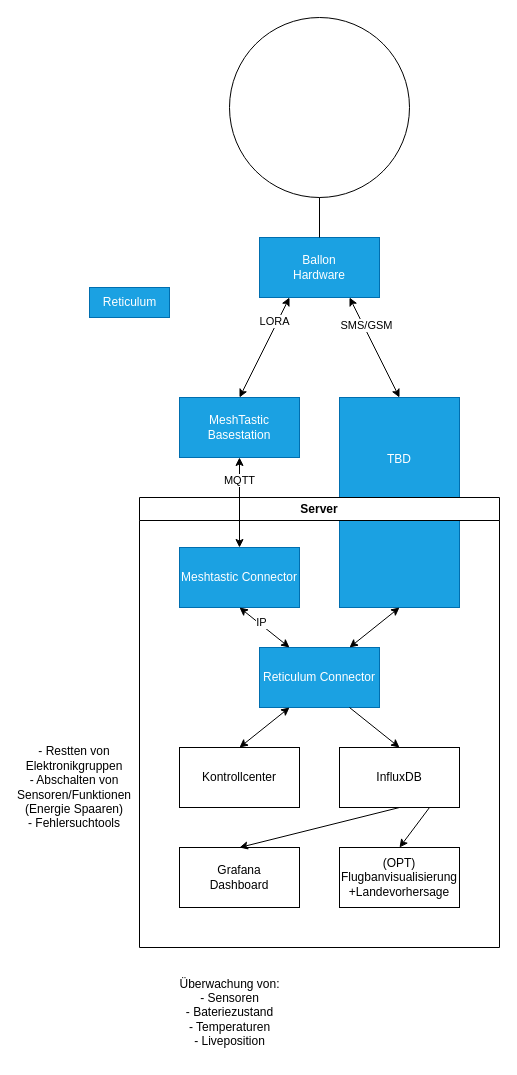
TheEinfachFelix/Space_Balloon keeps this draw.io diagram as DataFlow.drawio. Above is the earlier version. Source tidied: cells renumbered, new cells numbered last; positions are measured from the earlier drawing's top-left corner, leaving out a move shared by most shapes. Both pictures are drawn from the tidied source at 100%, with x=0, y=0 at pixel (19, 17).
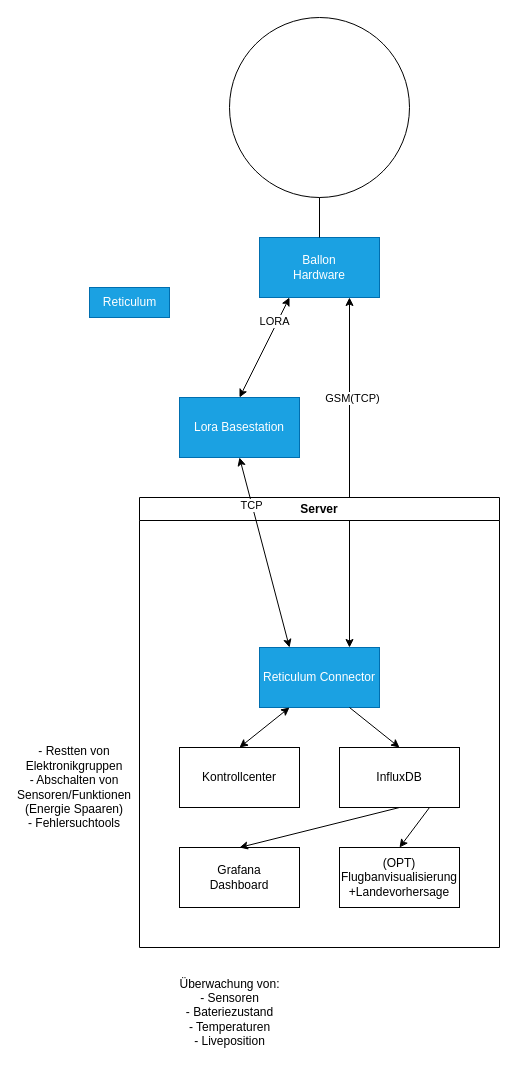
The same diagram, later.

Unchanged cells that the change refers to:
```xml
<mxCell id="2" value="Ballon&lt;div&gt;Hardware&lt;/div&gt;" style="rounded=0;whiteSpace=wrap;html=1;fillColor=#1ba1e2;fontColor=#ffffff;strokeColor=#006EAF;" parent="1" vertex="1">
  <mxGeometry x="240" y="220" width="120" height="60" as="geometry" />
</mxCell>
<mxCell id="11" value="Server" style="swimlane;whiteSpace=wrap;html=1;" parent="1" vertex="1">
  <mxGeometry x="120" y="480" width="360" height="450" as="geometry" />
</mxCell>
<mxCell id="19" value="&lt;span&gt;Reticulum Connector&lt;/span&gt;" style="rounded=0;whiteSpace=wrap;html=1;fillColor=#1ba1e2;fontColor=#ffffff;strokeColor=#006EAF;" parent="11" vertex="1">
  <mxGeometry x="120" y="150" width="120" height="60" as="geometry" />
</mxCell>
```

Diff of the diagram source:
```diff
@@
-    <mxCell id="5" value="MeshTastic Basestation" style="rounded=0;whiteSpace=wrap;html=1;fillColor=#1ba1e2;fontColor=#ffffff;strokeColor=#006EAF;" parent="1" vertex="1">
+    <mxCell id="5" value="Lora Basestation" style="rounded=0;whiteSpace=wrap;html=1;fillColor=#1ba1e2;fontColor=#ffffff;strokeColor=#006EAF;" parent="1" vertex="1">
       <mxGeometry x="160" y="380" width="120" height="60" as="geometry" />
     </mxCell>
@@
-    <mxCell id="8" value="TBD&lt;div&gt;&lt;br&gt;&lt;/div&gt;&lt;div&gt;&lt;br&gt;&lt;/div&gt;&lt;div&gt;&lt;br&gt;&lt;/div&gt;&lt;div&gt;&lt;br&gt;&lt;/div&gt;&lt;div&gt;&lt;br&gt;&lt;/div&gt;&lt;div&gt;&lt;br&gt;&lt;/div&gt;" style="rounded=0;whiteSpace=wrap;html=1;fillColor=#1ba1e2;fontColor=#ffffff;strokeColor=#006EAF;" parent="1" vertex="1">
-      <mxGeometry x="320" y="380" width="120" height="210" as="geometry" />
-    </mxCell>
-    <mxCell id="9" style="endArrow=classic;startArrow=classic;html=1;rounded=0;entryX=0.75;entryY=1;entryDx=0;entryDy=0;exitX=0.5;exitY=0;exitDx=0;exitDy=0;" parent="1" edge="1" source="8" target="2">
+    <mxCell id="9" style="endArrow=classic;startArrow=classic;html=1;rounded=0;entryX=0.75;entryY=1;entryDx=0;entryDy=0;exitX=0.75;exitY=0;exitDx=0;exitDy=0;" parent="1" edge="1" source="19" target="2">
       <mxGeometry relative="1" as="geometry" />
     </mxCell>
-    <mxCell id="10" value="SMS/GSM" style="edgeLabel;html=1;align=center;verticalAlign=middle;" parent="9" vertex="1">
+    <mxCell id="10" value="GSM(TCP)" style="edgeLabel;html=1;align=center;verticalAlign=middle;" parent="9" vertex="1">
       <mxGeometry x="0.43" y="-2" relative="1" as="geometry" />
     </mxCell>
@@
-    <mxCell id="12" value="Meshtastic Connector" style="rounded=0;whiteSpace=wrap;html=1;fillColor=#1ba1e2;fontColor=#ffffff;strokeColor=#006EAF;" parent="11" vertex="1">
-      <mxGeometry x="40" y="50" width="120" height="60" as="geometry" />
-    </mxCell>
@@
-    <mxCell id="20" style="endArrow=classic;html=1;rounded=0;exitX=0.5;exitY=1;exitDx=0;exitDy=0;entryX=0.25;entryY=0;entryDx=0;entryDy=0;startArrow=classic;startFill=1;" parent="11" edge="1" source="12" target="19">
-      <mxGeometry relative="1" as="geometry" />
-    </mxCell>
-    <mxCell id="21" value="IP" style="edgeLabel;html=1;align=center;verticalAlign=middle;" parent="20" vertex="1">
-      <mxGeometry x="-0.22" y="1" relative="1" as="geometry">
-        <mxPoint x="1" as="offset" />
-      </mxGeometry>
-    </mxCell>
@@
-    <mxCell id="24" style="endArrow=classic;html=1;rounded=0;entryX=0.75;entryY=0;entryDx=0;entryDy=0;exitX=0.5;exitY=1;exitDx=0;exitDy=0;startArrow=classic;startFill=1;" parent="11" edge="1" target="19">
-      <mxGeometry relative="1" as="geometry">
-        <mxPoint x="260" y="110" as="sourcePoint" />
-      </mxGeometry>
-    </mxCell>
-    <mxCell id="25" style="endArrow=classic;startArrow=classic;html=1;rounded=0;exitX=0.5;exitY=0;exitDx=0;exitDy=0;entryX=0.5;entryY=1;entryDx=0;entryDy=0;startFill=1;endFill=1;" parent="1" edge="1" source="12" target="5">
+    <mxCell id="25" style="endArrow=classic;startArrow=classic;html=1;rounded=0;exitX=0.25;exitY=0;exitDx=0;exitDy=0;entryX=0.5;entryY=1;entryDx=0;entryDy=0;startFill=1;endFill=1;" parent="1" edge="1" source="19" target="5">
       <mxGeometry relative="1" as="geometry" />
     </mxCell>
-    <mxCell id="26" value="MQTT" style="edgeLabel;html=1;align=center;verticalAlign=middle;" parent="25" vertex="1">
+    <mxCell id="26" value="TCP" style="edgeLabel;html=1;align=center;verticalAlign=middle;" parent="25" vertex="1">
       <mxGeometry x="0.51" y="1" relative="1" as="geometry" />
     </mxCell>
```
